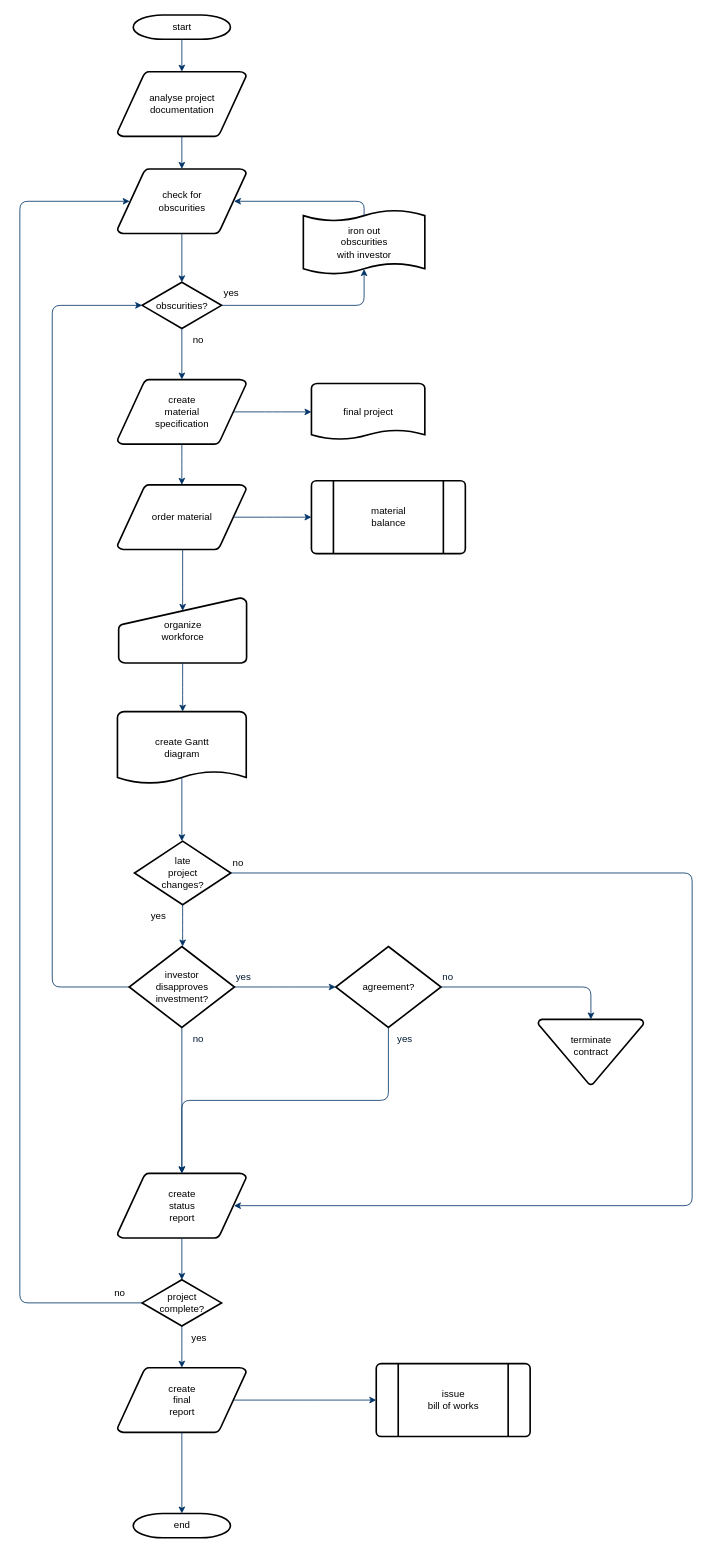
Before: Tms_FlowChart.drawio in sspgithubaccount/FlowChart, a draw.io diagram. Source tidied: cells renumbered, new cells numbered last; positions are measured from the earlier drawing's top-left corner, leaving out a move shared by most shapes. Both pictures are drawn from the tidied source at 81%, with x=0, y=0 at pixel (19, 15).
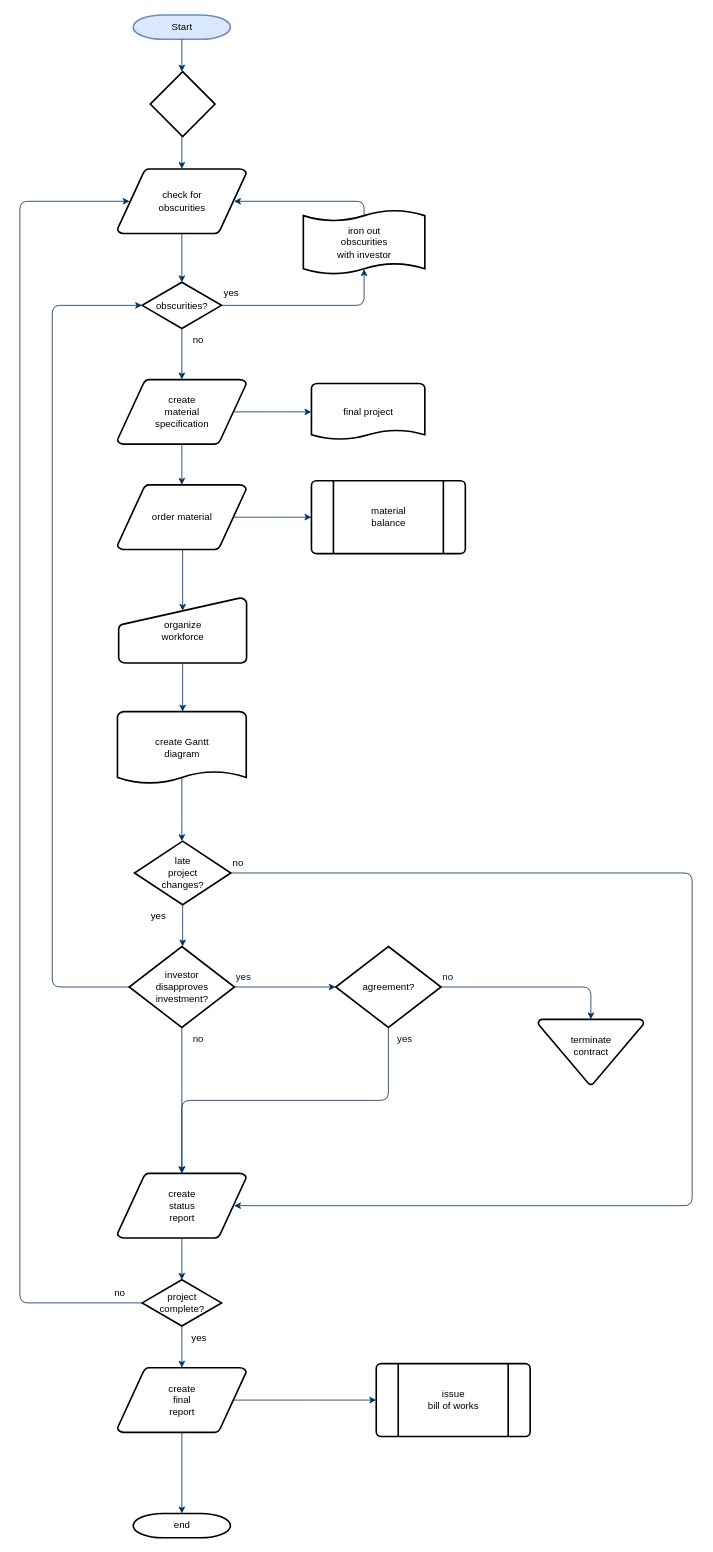
After the change.

The change refers to these unchanged cells:
```xml
<mxCell id="5" value="check for&#10;obscurities" style="shape=mxgraph.flowchart.data;strokeWidth=2;gradientColor=none;gradientDirection=north;fontStyle=0;html=1;" parent="1" vertex="1">
  <mxGeometry x="120.5" y="190" width="159" height="80" as="geometry" />
</mxCell>
```

Diff of the diagram source:
```diff
@@
-    <mxCell id="2" value="start" style="shape=mxgraph.flowchart.terminator;strokeWidth=2;gradientColor=none;gradientDirection=north;fontStyle=0;html=1;" parent="1" vertex="1">
+    <mxCell id="2" value="Start" style="shape=mxgraph.flowchart.terminator;strokeWidth=2;gradientDirection=north;fontStyle=0;html=1;fillColor=#dae8fc;strokeColor=#6c8ebf;" parent="1" vertex="1">
       <mxGeometry x="140" width="120" height="30" as="geometry" />
     </mxCell>
-    <mxCell id="3" value="analyse project&#10; documentation" style="shape=mxgraph.flowchart.data;strokeWidth=2;gradientColor=none;gradientDirection=north;fontStyle=0;html=1;" parent="1" vertex="1">
-      <mxGeometry x="120.5" y="70" width="159" height="80" as="geometry" />
-    </mxCell>
@@
-    <mxCell id="7" style="fontStyle=1;strokeColor=#003366;strokeWidth=1;html=1;" parent="1" edge="1" source="2" target="3">
-      <mxGeometry relative="1" as="geometry" />
+    <mxCell id="7" style="fontStyle=1;strokeColor=#003366;strokeWidth=1;html=1;" parent="1" edge="1" source="2">
+      <mxGeometry relative="1" as="geometry">
+        <mxPoint x="200" y="70" as="targetPoint" />
+      </mxGeometry>
     </mxCell>
-    <mxCell id="8" style="fontStyle=1;strokeColor=#003366;strokeWidth=1;html=1;" parent="1" edge="1" source="3" target="5">
-      <mxGeometry relative="1" as="geometry" />
+    <mxCell id="8" style="fontStyle=1;strokeColor=#003366;strokeWidth=1;html=1;" parent="1" edge="1" target="5">
+      <mxGeometry relative="1" as="geometry">
+        <mxPoint x="200" y="150" as="sourcePoint" />
+      </mxGeometry>
     </mxCell>
@@
+    <mxCell id="56" style="rhombus;whiteSpace=wrap;html=1;strokeWidth=2;" parent="1" vertex="1">
+      <mxGeometry x="161" y="70" width="80" height="80" as="geometry" />
+    </mxCell>
```
